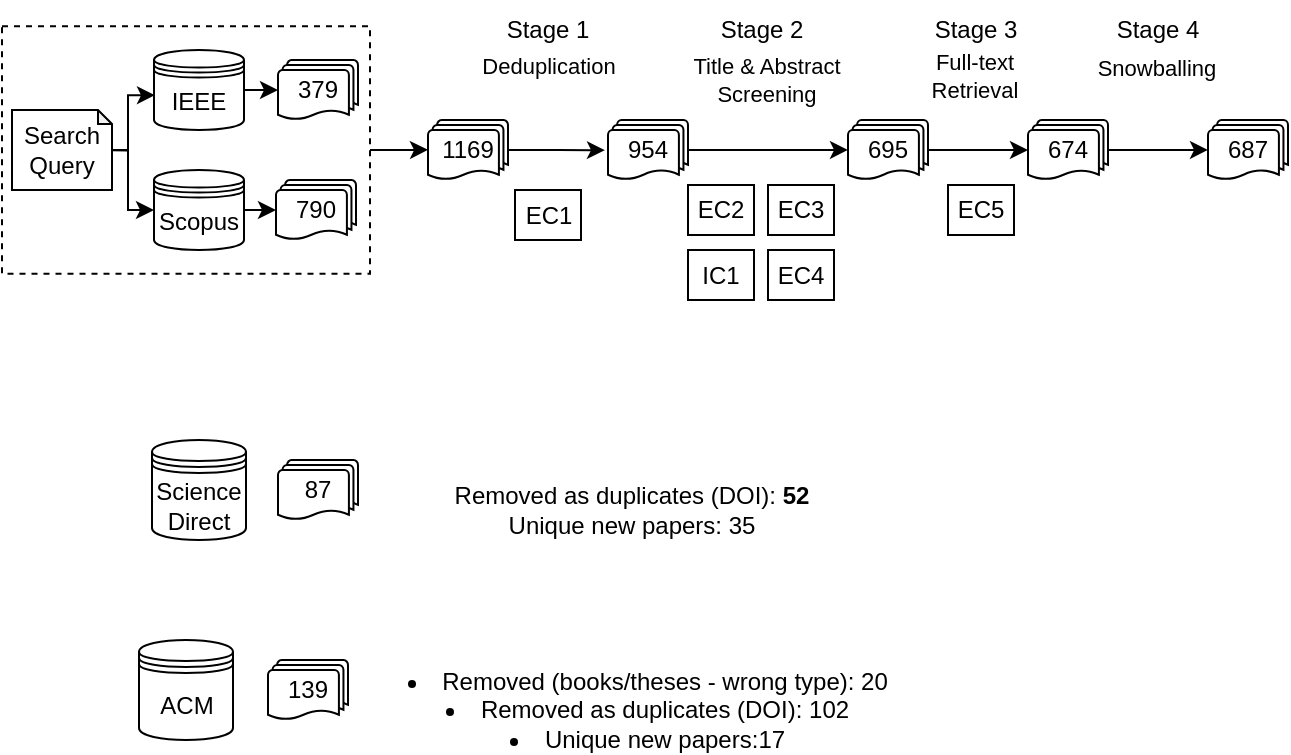
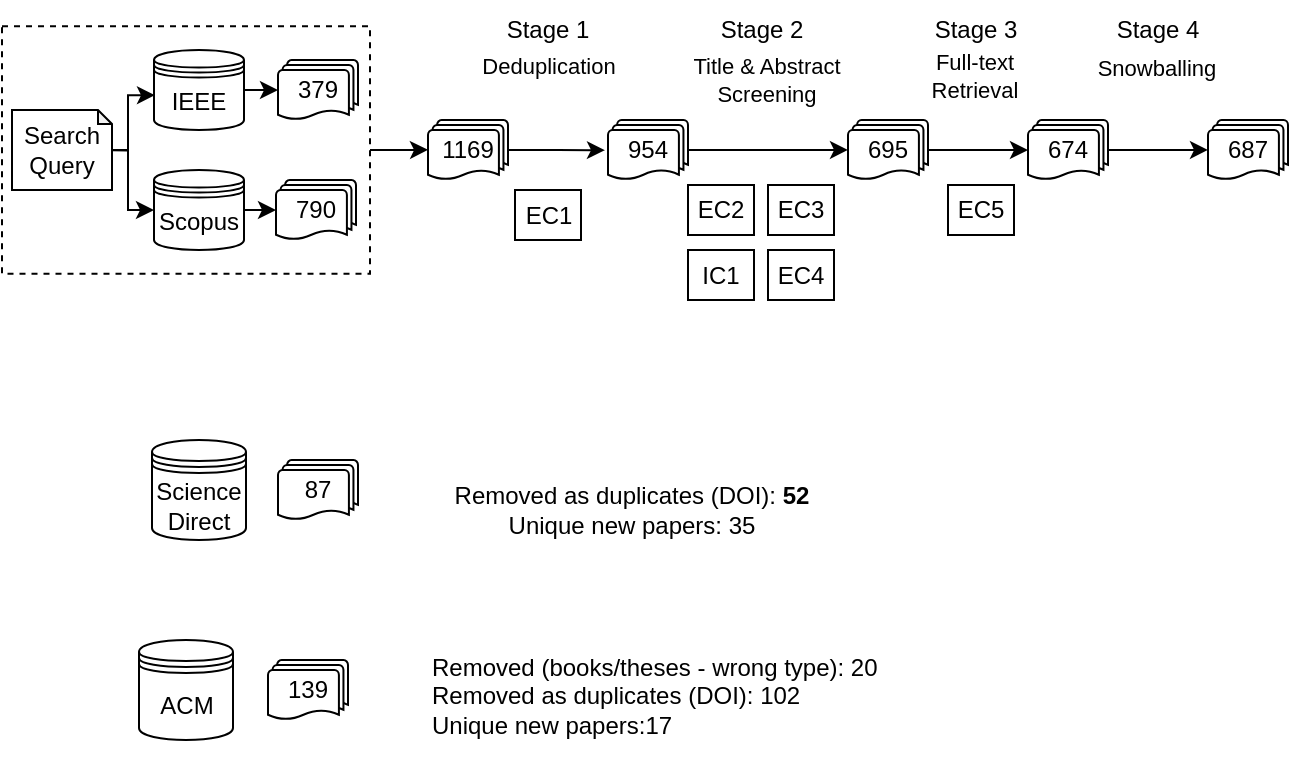
<mxfile host="app.diagrams.net" agent="Mozilla/5.0 (Windows NT 10.0; Win64; x64) AppleWebKit/537.36 (KHTML, like Gecko) Chrome/145.0.0.0 Safari/537.36">
  <diagram name="Page-1" id="EPD-pxOS8JDJHKGQRMdU">
    <mxGraphModel dx="686" dy="367" grid="1" gridSize="10" guides="1" tooltips="1" connect="1" arrows="1" fold="1" page="1" pageScale="1" pageWidth="850" pageHeight="1100" math="0" shadow="0">
      <root>
        <mxCell id="0" />
        <mxCell id="1" parent="0" />
        <mxCell id="lcWgrL02LOkPsSpJKyJC-1" edge="1" parent="1" source="lcWgrL02LOkPsSpJKyJC-2" style="edgeStyle=orthogonalEdgeStyle;rounded=0;orthogonalLoop=1;jettySize=auto;html=1;">
          <mxGeometry relative="1" as="geometry">
            <mxPoint x="360" y="204.87" as="targetPoint" />
          </mxGeometry>
        </mxCell>
        <mxCell id="lcWgrL02LOkPsSpJKyJC-2" parent="1" style="rounded=0;whiteSpace=wrap;html=1;dashed=1;movable=1;resizable=1;rotatable=1;deletable=1;editable=1;locked=0;connectable=1;" value="" vertex="1">
          <mxGeometry height="123.75" width="184" x="147" y="143.12" as="geometry" />
        </mxCell>
        <mxCell id="lcWgrL02LOkPsSpJKyJC-3" edge="1" parent="1" source="lcWgrL02LOkPsSpJKyJC-4" style="edgeStyle=orthogonalEdgeStyle;rounded=0;orthogonalLoop=1;jettySize=auto;html=1;entryX=0.011;entryY=0.565;entryDx=0;entryDy=0;entryPerimeter=0;" target="lcWgrL02LOkPsSpJKyJC-6">
          <mxGeometry relative="1" as="geometry">
            <Array as="points">
              <mxPoint x="210" y="205" />
              <mxPoint x="210" y="178" />
            </Array>
          </mxGeometry>
        </mxCell>
        <mxCell id="lcWgrL02LOkPsSpJKyJC-4" parent="1" style="shape=note;whiteSpace=wrap;html=1;backgroundOutline=1;darkOpacity=0.05;size=7;" value="Search&lt;div&gt;Query&lt;/div&gt;" vertex="1">
          <mxGeometry height="40" width="50" x="152" y="185" as="geometry" />
        </mxCell>
        <mxCell id="lcWgrL02LOkPsSpJKyJC-5" parent="1" style="shape=datastore;whiteSpace=wrap;html=1;" value="Scopus" vertex="1">
          <mxGeometry height="40" width="45" x="223" y="215" as="geometry" />
        </mxCell>
        <mxCell id="lcWgrL02LOkPsSpJKyJC-6" parent="1" style="shape=datastore;whiteSpace=wrap;html=1;" value="IEEE" vertex="1">
          <mxGeometry height="40" width="45" x="223" y="155" as="geometry" />
        </mxCell>
        <mxCell id="lcWgrL02LOkPsSpJKyJC-7" edge="1" parent="1" source="lcWgrL02LOkPsSpJKyJC-4" style="edgeStyle=orthogonalEdgeStyle;rounded=0;orthogonalLoop=1;jettySize=auto;html=1;entryX=0;entryY=0.5;entryDx=0;entryDy=0;exitX=1;exitY=0.504;exitDx=0;exitDy=0;exitPerimeter=0;" target="lcWgrL02LOkPsSpJKyJC-5">
          <mxGeometry relative="1" as="geometry">
            <Array as="points">
              <mxPoint x="210" y="205" />
              <mxPoint x="210" y="235" />
            </Array>
            <mxPoint x="170" y="205" as="sourcePoint" />
          </mxGeometry>
        </mxCell>
        <mxCell id="lcWgrL02LOkPsSpJKyJC-8" parent="1" style="strokeWidth=1;html=1;shape=mxgraph.flowchart.multi-document;whiteSpace=wrap;" value="790" vertex="1">
          <mxGeometry height="30" width="40" x="284" y="220" as="geometry" />
        </mxCell>
        <mxCell id="lcWgrL02LOkPsSpJKyJC-9" parent="1" style="strokeWidth=1;html=1;shape=mxgraph.flowchart.multi-document;whiteSpace=wrap;" value="379" vertex="1">
          <mxGeometry height="30" width="40" x="285" y="160" as="geometry" />
        </mxCell>
        <mxCell id="lcWgrL02LOkPsSpJKyJC-12" edge="1" parent="1" source="lcWgrL02LOkPsSpJKyJC-14" style="edgeStyle=orthogonalEdgeStyle;rounded=0;orthogonalLoop=1;jettySize=auto;html=1;entryX=-0.038;entryY=0.504;entryDx=0;entryDy=0;entryPerimeter=0;" target="lcWgrL02LOkPsSpJKyJC-17">
          <mxGeometry relative="1" as="geometry">
            <mxPoint x="470" y="205" as="targetPoint" />
          </mxGeometry>
        </mxCell>
        <mxCell id="lcWgrL02LOkPsSpJKyJC-13" connectable="0" parent="lcWgrL02LOkPsSpJKyJC-12" style="edgeLabel;html=1;align=center;verticalAlign=middle;resizable=0;points=[];" value="Deduplication" vertex="1">
          <mxGeometry relative="1" x="-0.0065" y="-1" as="geometry">
            <mxPoint x="-4" y="-43" as="offset" />
          </mxGeometry>
        </mxCell>
        <mxCell id="lcWgrL02LOkPsSpJKyJC-14" parent="1" style="strokeWidth=1;html=1;shape=mxgraph.flowchart.multi-document;whiteSpace=wrap;" value="1169" vertex="1">
          <mxGeometry height="30" width="40" x="360" y="190" as="geometry" />
        </mxCell>
        <mxCell id="lcWgrL02LOkPsSpJKyJC-15" edge="1" parent="1" source="lcWgrL02LOkPsSpJKyJC-17" style="edgeStyle=orthogonalEdgeStyle;rounded=0;orthogonalLoop=1;jettySize=auto;html=1;entryX=0;entryY=0.5;entryDx=0;entryDy=0;entryPerimeter=0;" target="lcWgrL02LOkPsSpJKyJC-19">
          <mxGeometry relative="1" as="geometry">
            <Array as="points" />
            <mxPoint x="570" y="205.00000000000006" as="targetPoint" />
          </mxGeometry>
        </mxCell>
        <mxCell id="lcWgrL02LOkPsSpJKyJC-16" connectable="0" parent="lcWgrL02LOkPsSpJKyJC-15" style="edgeLabel;html=1;align=center;verticalAlign=middle;resizable=0;points=[];" value="Title &amp;amp; Abstract&lt;div&gt;Screening&lt;/div&gt;" vertex="1">
          <mxGeometry relative="1" x="-0.1294" y="-1" as="geometry">
            <mxPoint x="4" y="-36" as="offset" />
          </mxGeometry>
        </mxCell>
        <mxCell id="lcWgrL02LOkPsSpJKyJC-17" parent="1" style="strokeWidth=1;html=1;shape=mxgraph.flowchart.multi-document;whiteSpace=wrap;" value="954" vertex="1">
          <mxGeometry height="30" width="40" x="450" y="189.99" as="geometry" />
        </mxCell>
        <mxCell id="lcWgrL02LOkPsSpJKyJC-18" parent="1" style="rounded=0;whiteSpace=wrap;html=1;" value="EC1" vertex="1">
          <mxGeometry height="25" width="33" x="403.5" y="225" as="geometry" />
        </mxCell>
        <mxCell id="lcWgrL02LOkPsSpJKyJC-19" parent="1" style="strokeWidth=1;html=1;shape=mxgraph.flowchart.multi-document;whiteSpace=wrap;" value="695" vertex="1">
          <mxGeometry height="30" width="40" x="570" y="189.99" as="geometry" />
        </mxCell>
        <mxCell id="lcWgrL02LOkPsSpJKyJC-20" parent="1" style="rounded=0;whiteSpace=wrap;html=1;" value="EC2" vertex="1">
          <mxGeometry height="25" width="33" x="490" y="222.5" as="geometry" />
        </mxCell>
        <mxCell id="lcWgrL02LOkPsSpJKyJC-21" parent="1" style="rounded=0;whiteSpace=wrap;html=1;" value="EC3" vertex="1">
          <mxGeometry height="25" width="33" x="530" y="222.5" as="geometry" />
        </mxCell>
        <mxCell id="lcWgrL02LOkPsSpJKyJC-22" parent="1" style="rounded=0;whiteSpace=wrap;html=1;" value="EC4" vertex="1">
          <mxGeometry height="25" width="33" x="530" y="255" as="geometry" />
        </mxCell>
        <mxCell id="3dYulXDm6Khn9t_g3C1X-1" edge="1" parent="1" source="lcWgrL02LOkPsSpJKyJC-23" style="edgeStyle=orthogonalEdgeStyle;rounded=0;orthogonalLoop=1;jettySize=auto;html=1;entryX=0;entryY=0.5;entryDx=0;entryDy=0;entryPerimeter=0;" target="3dYulXDm6Khn9t_g3C1X-2">
          <mxGeometry relative="1" as="geometry">
            <mxPoint x="850" y="205" as="targetPoint" />
          </mxGeometry>
        </mxCell>
        <mxCell id="3dYulXDm6Khn9t_g3C1X-3" connectable="0" parent="3dYulXDm6Khn9t_g3C1X-1" style="edgeLabel;html=1;align=center;verticalAlign=middle;resizable=0;points=[];" value="Snowballing" vertex="1">
          <mxGeometry relative="1" x="-0.0421" as="geometry">
            <mxPoint y="-41" as="offset" />
          </mxGeometry>
        </mxCell>
        <mxCell id="lcWgrL02LOkPsSpJKyJC-23" parent="1" style="strokeWidth=1;html=1;shape=mxgraph.flowchart.multi-document;whiteSpace=wrap;" value="674" vertex="1">
          <mxGeometry height="30" width="40" x="660" y="190" as="geometry" />
        </mxCell>
        <mxCell id="lcWgrL02LOkPsSpJKyJC-24" edge="1" parent="1" source="lcWgrL02LOkPsSpJKyJC-19" style="edgeStyle=orthogonalEdgeStyle;rounded=0;orthogonalLoop=1;jettySize=auto;html=1;entryX=0;entryY=0.5;entryDx=0;entryDy=0;entryPerimeter=0;" target="lcWgrL02LOkPsSpJKyJC-23">
          <mxGeometry relative="1" as="geometry" />
        </mxCell>
        <mxCell id="lcWgrL02LOkPsSpJKyJC-25" connectable="0" parent="lcWgrL02LOkPsSpJKyJC-24" style="edgeLabel;html=1;align=center;verticalAlign=middle;resizable=0;points=[];" value="Full-text&lt;div&gt;Retrieval&lt;/div&gt;" vertex="1">
          <mxGeometry relative="1" x="-0.1099" y="1" as="geometry">
            <mxPoint y="-36" as="offset" />
          </mxGeometry>
        </mxCell>
        <mxCell id="lcWgrL02LOkPsSpJKyJC-26" parent="1" style="rounded=0;whiteSpace=wrap;html=1;" value="EC5" vertex="1">
          <mxGeometry height="25" width="33" x="620" y="222.5" as="geometry" />
        </mxCell>
        <mxCell id="lcWgrL02LOkPsSpJKyJC-27" parent="1" style="rounded=0;whiteSpace=wrap;html=1;" value="IC1" vertex="1">
          <mxGeometry height="25" width="33" x="490" y="255" as="geometry" />
        </mxCell>
        <mxCell id="lcWgrL02LOkPsSpJKyJC-28" parent="1" style="text;html=1;whiteSpace=wrap;strokeColor=none;fillColor=none;align=center;verticalAlign=middle;rounded=0;" value="Stage 1" vertex="1">
          <mxGeometry height="30" width="60" x="390" y="130" as="geometry" />
        </mxCell>
        <mxCell id="lcWgrL02LOkPsSpJKyJC-29" parent="1" style="text;html=1;whiteSpace=wrap;strokeColor=none;fillColor=none;align=center;verticalAlign=middle;rounded=0;" value="Stage 2" vertex="1">
          <mxGeometry height="30" width="60" x="497" y="130" as="geometry" />
        </mxCell>
        <mxCell id="lcWgrL02LOkPsSpJKyJC-30" parent="1" style="text;html=1;whiteSpace=wrap;strokeColor=none;fillColor=none;align=center;verticalAlign=middle;rounded=0;" value="Stage 3" vertex="1">
          <mxGeometry height="30" width="60" x="604" y="130" as="geometry" />
        </mxCell>
        <mxCell id="3dYulXDm6Khn9t_g3C1X-2" parent="1" style="strokeWidth=1;html=1;shape=mxgraph.flowchart.multi-document;whiteSpace=wrap;" value="687" vertex="1">
          <mxGeometry height="30" width="40" x="750" y="189.99" as="geometry" />
        </mxCell>
        <mxCell id="3dYulXDm6Khn9t_g3C1X-7" parent="1" style="text;html=1;whiteSpace=wrap;strokeColor=none;fillColor=none;align=center;verticalAlign=middle;rounded=0;" value="Stage 4" vertex="1">
          <mxGeometry height="30" width="60" x="695" y="130" as="geometry" />
        </mxCell>
        <mxCell id="3dYulXDm6Khn9t_g3C1X-10" edge="1" parent="1" source="lcWgrL02LOkPsSpJKyJC-5" style="edgeStyle=orthogonalEdgeStyle;rounded=0;orthogonalLoop=1;jettySize=auto;html=1;entryX=0;entryY=0.5;entryDx=0;entryDy=0;entryPerimeter=0;" target="lcWgrL02LOkPsSpJKyJC-8">
          <mxGeometry relative="1" as="geometry">
            <Array as="points">
              <mxPoint x="260" y="235" />
              <mxPoint x="260" y="235" />
            </Array>
          </mxGeometry>
        </mxCell>
        <mxCell id="3dYulXDm6Khn9t_g3C1X-11" edge="1" parent="1" source="lcWgrL02LOkPsSpJKyJC-6" style="edgeStyle=orthogonalEdgeStyle;rounded=0;orthogonalLoop=1;jettySize=auto;html=1;entryX=0;entryY=0.5;entryDx=0;entryDy=0;entryPerimeter=0;" target="lcWgrL02LOkPsSpJKyJC-9">
          <mxGeometry relative="1" as="geometry">
            <Array as="points">
              <mxPoint x="285" y="175" />
            </Array>
          </mxGeometry>
        </mxCell>
        <mxCell id="3dYulXDm6Khn9t_g3C1X-12" edge="1" parent="1" source="lcWgrL02LOkPsSpJKyJC-22" style="edgeStyle=orthogonalEdgeStyle;rounded=0;orthogonalLoop=1;jettySize=auto;html=1;exitX=0.5;exitY=1;exitDx=0;exitDy=0;" target="lcWgrL02LOkPsSpJKyJC-22">
          <mxGeometry relative="1" as="geometry" />
        </mxCell>
        <mxCell id="uM7LAKjQwFEnnQu7Dd1V-1" parent="1" style="shape=datastore;whiteSpace=wrap;html=1;" value="Science&lt;div&gt;Direct&lt;/div&gt;" vertex="1">
          <mxGeometry height="50" width="47" x="222" y="350" as="geometry" />
        </mxCell>
        <mxCell id="uM7LAKjQwFEnnQu7Dd1V-2" parent="1" style="strokeWidth=1;html=1;shape=mxgraph.flowchart.multi-document;whiteSpace=wrap;" value="87" vertex="1">
          <mxGeometry height="30" width="40" x="285" y="360" as="geometry" />
        </mxCell>
        <mxCell id="uM7LAKjQwFEnnQu7Dd1V-3" parent="1" style="text;html=1;whiteSpace=wrap;strokeColor=none;fillColor=none;align=center;verticalAlign=middle;rounded=0;" value="Removed as duplicates (DOI): &lt;strong&gt;52&lt;/strong&gt;&lt;div&gt;Unique new papers: 35&lt;strong&gt;&lt;/strong&gt;&lt;/div&gt;" vertex="1">
          <mxGeometry height="30" width="183.5" x="370" y="370" as="geometry" />
        </mxCell>
-         <mxCell id="uM7LAKjQwFEnnQu7Dd1V-4" parent="1" style="text;html=1;whiteSpace=wrap;strokeColor=none;fillColor=none;align=center;verticalAlign=middle;rounded=0;" value="&lt;li class=&quot;font-claude-response-body whitespace-normal break-words pl-2&quot;&gt;Removed (books/theses - wrong type): 20&lt;/li&gt;&lt;li class=&quot;font-claude-response-body whitespace-normal break-words pl-2&quot;&gt;Removed as duplicates (DOI): 102&lt;/li&gt;&lt;li class=&quot;font-claude-response-body whitespace-normal break-words pl-2&quot;&gt;Unique new papers:17&lt;/li&gt;" vertex="1">
-           <mxGeometry height="30" width="250" x="345" y="470" as="geometry" />
-         </mxCell>
        <mxCell id="uM7LAKjQwFEnnQu7Dd1V-5" parent="1" style="shape=datastore;whiteSpace=wrap;html=1;" value="ACM" vertex="1">
          <mxGeometry height="50" width="47" x="215.5" y="450" as="geometry" />
        </mxCell>
        <mxCell id="uM7LAKjQwFEnnQu7Dd1V-6" parent="1" style="strokeWidth=1;html=1;shape=mxgraph.flowchart.multi-document;whiteSpace=wrap;" value="139" vertex="1">
          <mxGeometry height="30" width="40" x="280" y="460" as="geometry" />
        </mxCell>
+         <mxCell id="uM7LAKjQwFEnnQu7Dd1V-7" parent="1" style="text;whiteSpace=wrap;html=1;" value="Removed (books/theses - wrong type): 20
+ &#xa;Removed as duplicates (DOI): 102
+ &#xa;Unique new papers:17" vertex="1">
+           <mxGeometry height="70" width="260" x="360" y="450" as="geometry" />
+         </mxCell>
      </root>
    </mxGraphModel>
  </diagram>
</mxfile>
